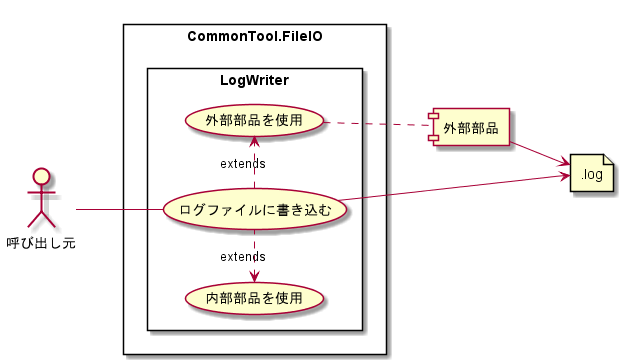
Earlier version of the PlantUML export doc/03_SubSystem別/CommonTool.FileIO/01_機能詳細/ユースケース図_LogWriter.png (hirorich/CommonTool). Source of this version:
```plantuml
@startuml ..\ユースケース図_LogWriter.png

left to right direction

actor 呼び出し元
file ".log" as LogFile

component "外部部品" as OtherLogWriter

rectangle CommonTool.FileIO {
  rectangle LogWriter {
    呼び出し元 -- (ログファイルに書き込む)
    (ログファイルに書き込む) --> LogFile
    (内部部品を使用) <. (ログファイルに書き込む) : extends
    (ログファイルに書き込む) .> (外部部品を使用) : extends
    (外部部品を使用) .. OtherLogWriter
    OtherLogWriter --> LogFile
  }
}

@enduml
```
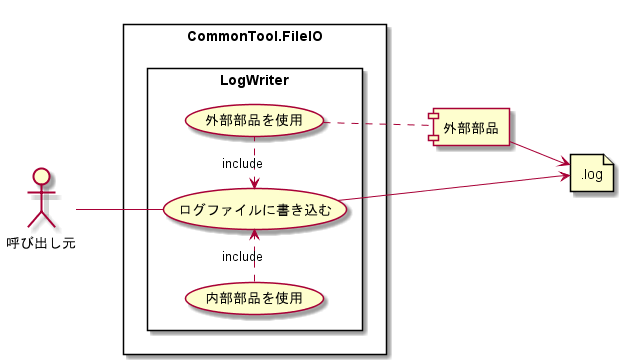
After the change.

Commit message:
ユースケース図のinclude, extendを修正

The edit, as a diff of the source:
```diff
@@ -11,8 +11,8 @@
   rectangle LogWriter {
     呼び出し元 -- (ログファイルに書き込む)
     (ログファイルに書き込む) --> LogFile
-    (内部部品を使用) <. (ログファイルに書き込む) : extends
-    (ログファイルに書き込む) .> (外部部品を使用) : extends
+    (内部部品を使用) .> (ログファイルに書き込む) : include
+    (ログファイルに書き込む) <. (外部部品を使用) : include
     (外部部品を使用) .. OtherLogWriter
     OtherLogWriter --> LogFile
   }
```
